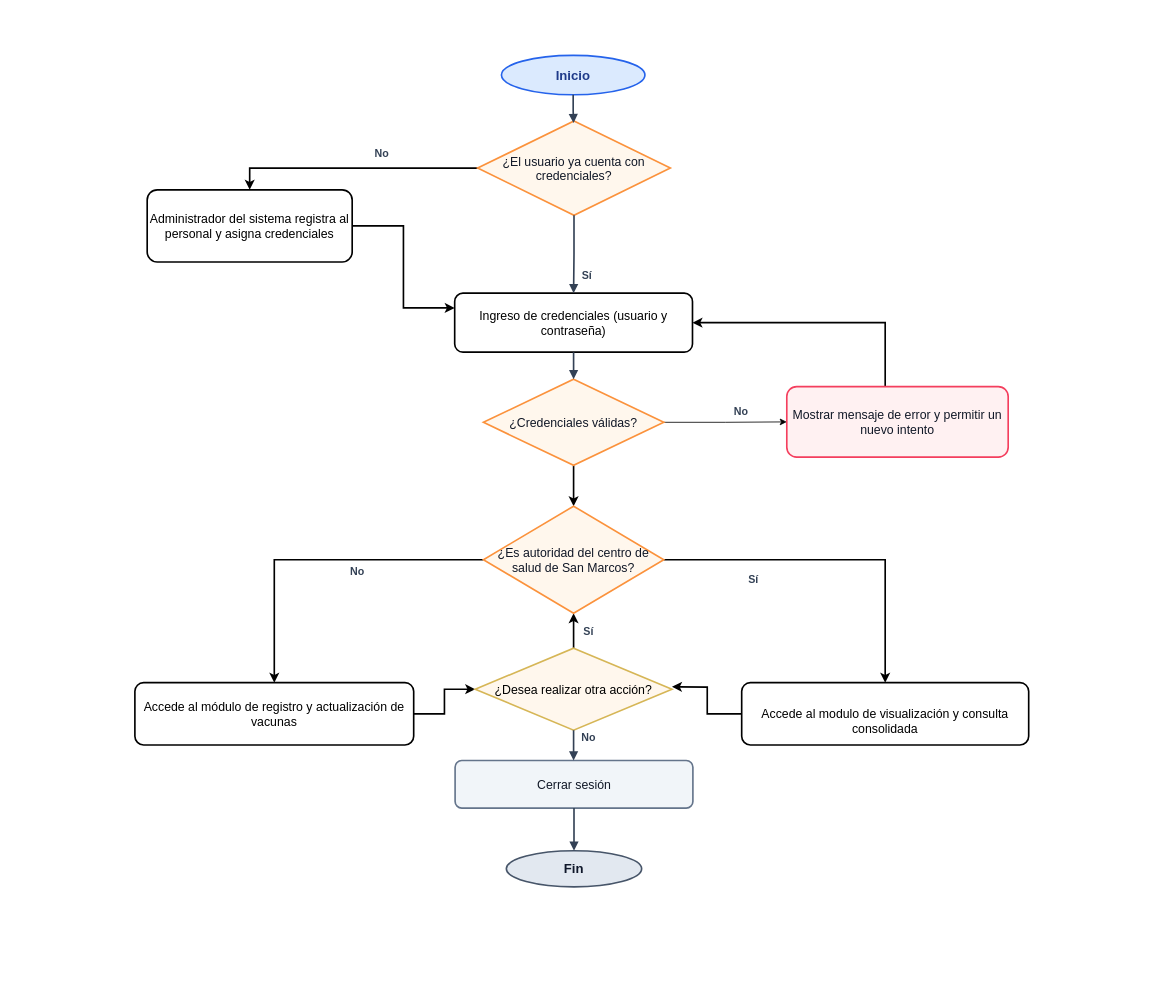
Above: Diagramas/diagrama_flujo_vacunas.drawio in WishoSz/PropuestaProyectoDeCarrera (draw.io), before the change. Source tidied: cells renumbered, new cells numbered last; positions are measured from the earlier drawing's top-left corner, leaving out a move shared by most shapes. Both pictures are drawn from the tidied source at 82%, with x=0, y=0 at pixel (14, 14).
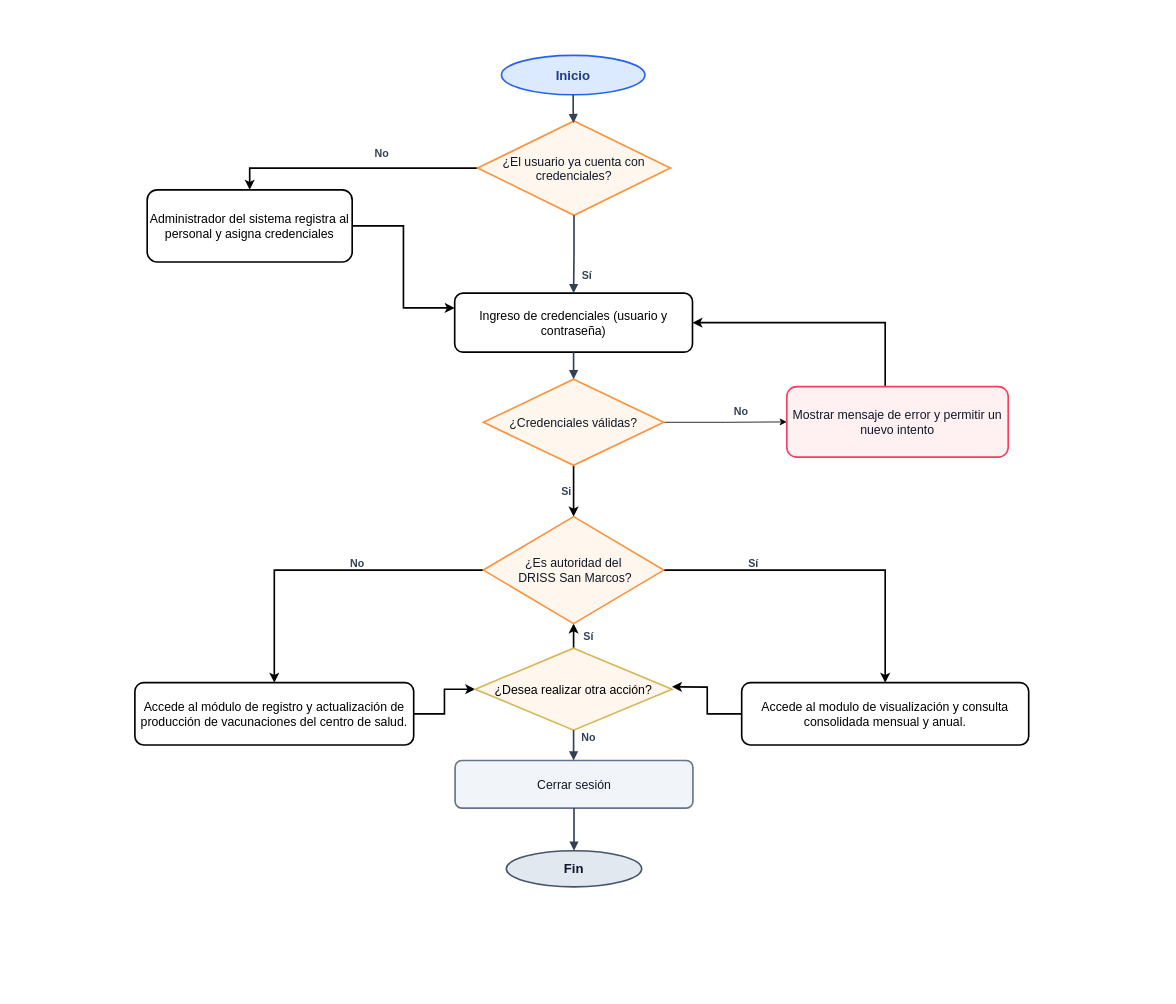
The same diagram, later.

Commit message (it also covers changes not shown here):
Actualice el diagrama de flujo

Actualice tanto el editable .drawio así como la imagen png.

Los cambios son principalmente de enfoque (registro de producción) y de terminología. Nada del flujo.

Unchanged cells that the change refers to:
```xml
<mxCell id="9" value="¿Credenciales válidas?" style="rhombus;whiteSpace=wrap;html=1;strokeWidth=2;strokeColor=#fb923c;fillColor=#fff7ed;fontSize=15;fontColor=#111827;align=center;verticalAlign=middle;" parent="1" vertex="1">
  <mxGeometry x="572" y="445" width="220" height="105" as="geometry" />
</mxCell>
<mxCell id="20" value="¿Desea realizar otra acción?" style="rhombus;whiteSpace=wrap;html=1;strokeWidth=2;strokeColor=#d6b656;fillColor=#FFF7ED;fontSize=15;align=center;verticalAlign=middle;" parent="1" vertex="1">
  <mxGeometry x="562" y="773" width="240" height="100" as="geometry" />
</mxCell>
```

Change to the diagram source:
```diff
@@
-    <mxCell id="8" style="edgeStyle=orthogonalEdgeStyle;rounded=0;jettySize=auto;html=1;strokeWidth=2;" parent="1" edge="1" source="9" target="34">
-      <mxGeometry relative="1" as="geometry" />
-    </mxCell>
+    <mxCell id="37" style="edgeStyle=orthogonalEdgeStyle;rounded=0;jettySize=auto;html=1;strokeWidth=2;" parent="1" edge="1" source="9" target="46">
+      <mxGeometry relative="1" as="geometry" />
+    </mxCell>
+    <mxCell id="38" value="Si" style="edgeLabel;html=1;align=center;verticalAlign=middle;fontSize=13;fontFamily=Helvetica;fontColor=#334155;fontStyle=1;" parent="37" vertex="1">
+      <mxGeometry x="-0.38" y="-2" relative="1" as="geometry">
+        <mxPoint x="-8" y="12" as="offset" />
+      </mxGeometry>
+    </mxCell>
@@
-    <mxCell id="16" style="edgeStyle=orthogonalEdgeStyle;rounded=0;jettySize=auto;html=1;entryX=0;entryY=0.5;entryDx=0;entryDy=0;strokeWidth=2;" parent="1" edge="1" source="17" target="20">
-      <mxGeometry relative="1" as="geometry" />
-    </mxCell>
-    <mxCell id="17" value="Accede al módulo de registro y actualización de vacunas" style="rounded=1;whiteSpace=wrap;html=1;arcSize=14;strokeWidth=2;fontSize=15;align=center;verticalAlign=middle;" parent="1" vertex="1">
-      <mxGeometry x="147" y="815" width="340" height="76" as="geometry" />
-    </mxCell>
-    <mxCell id="18" value="&lt;br&gt;Accede al modulo de visualización y consulta consolidada" style="rounded=1;whiteSpace=wrap;html=1;arcSize=14;strokeWidth=2;fontSize=15;align=center;verticalAlign=middle;" parent="1" vertex="1">
-      <mxGeometry x="887" y="815" width="350" height="76" as="geometry" />
-    </mxCell>
-    <mxCell id="19" style="edgeStyle=orthogonalEdgeStyle;rounded=0;jettySize=auto;html=1;strokeWidth=2;" parent="1" edge="1" source="20" target="34">
-      <mxGeometry relative="1" as="geometry" />
-    </mxCell>
+    <mxCell id="39" style="edgeStyle=orthogonalEdgeStyle;rounded=0;jettySize=auto;html=1;entryX=0;entryY=0.5;entryDx=0;entryDy=0;strokeWidth=2;" parent="1" edge="1" source="40" target="20">
+      <mxGeometry relative="1" as="geometry" />
+    </mxCell>
+    <mxCell id="40" value="Accede al módulo de registro y actualización de producción de vacunaciones del centro de salud." style="rounded=1;whiteSpace=wrap;html=1;arcSize=14;strokeWidth=2;fontSize=15;align=center;verticalAlign=middle;" parent="1" vertex="1">
+      <mxGeometry x="147" y="815" width="340" height="76" as="geometry" />
+    </mxCell>
+    <mxCell id="41" value="Accede al modulo de visualización y consulta consolidada mensual y anual." style="rounded=1;whiteSpace=wrap;html=1;arcSize=14;strokeWidth=2;fontSize=15;align=center;verticalAlign=middle;" parent="1" vertex="1">
+      <mxGeometry x="887" y="815" width="350" height="76" as="geometry" />
+    </mxCell>
+    <mxCell id="42" style="edgeStyle=orthogonalEdgeStyle;rounded=0;jettySize=auto;html=1;strokeWidth=2;" parent="1" edge="1" source="20" target="46">
+      <mxGeometry relative="1" as="geometry" />
+    </mxCell>
@@
-    <mxCell id="27" value="Sí" style="text;html=1;strokeColor=none;fillColor=none;align=center;verticalAlign=middle;fontSize=13;fontStyle=1;fontColor=#334155;" parent="1" vertex="1">
-      <mxGeometry x="887" y="680" width="28" height="18" as="geometry" />
-    </mxCell>
+    <mxCell id="43" value="Sí" style="text;html=1;strokeColor=none;fillColor=none;align=center;verticalAlign=middle;fontSize=13;fontStyle=1;fontColor=#334155;" parent="1" vertex="1">
+      <mxGeometry x="887" y="660" width="28" height="18" as="geometry" />
+    </mxCell>
@@
     <mxCell id="30" value="No" style="text;html=1;strokeColor=none;fillColor=none;align=center;verticalAlign=middle;fontSize=13;fontStyle=1;fontColor=#334155;" parent="1" vertex="1">
-      <mxGeometry x="404" y="670" width="28" height="18" as="geometry" />
+      <mxGeometry x="404" y="660" width="28" height="18" as="geometry" />
     </mxCell>
@@
-    <mxCell id="32" style="edgeStyle=orthogonalEdgeStyle;rounded=0;jettySize=auto;html=1;strokeWidth=2;" parent="1" edge="1" source="34" target="17">
-      <mxGeometry relative="1" as="geometry" />
-    </mxCell>
-    <mxCell id="33" style="edgeStyle=orthogonalEdgeStyle;rounded=0;jettySize=auto;html=1;entryX=0.5;entryY=0;entryDx=0;entryDy=0;strokeWidth=2;" parent="1" edge="1" source="34" target="18">
-      <mxGeometry relative="1" as="geometry" />
-    </mxCell>
-    <mxCell id="34" value="¿Es autoridad del centro de salud de San Marcos?" style="rhombus;whiteSpace=wrap;html=1;strokeWidth=2;strokeColor=#fb923c;fillColor=#fff7ed;fontSize=15;fontColor=#111827;align=center;verticalAlign=middle;" parent="1" vertex="1">
-      <mxGeometry x="572" y="599.8" width="220" height="130.5" as="geometry" />
-    </mxCell>
-    <mxCell id="35" style="edgeStyle=orthogonalEdgeStyle;rounded=0;jettySize=auto;html=1;strokeWidth=2;" parent="1" edge="1" source="18">
-      <mxGeometry relative="1" as="geometry">
-        <mxPoint x="802" y="820" as="targetPoint" />
-      </mxGeometry>
-    </mxCell>
-    <mxCell id="36" value="Sí" style="text;html=1;strokeColor=none;fillColor=none;align=center;verticalAlign=middle;fontSize=13;fontStyle=1;fontColor=#334155;" parent="1" vertex="1">
-      <mxGeometry x="686" y="743" width="28" height="18" as="geometry" />
-    </mxCell>
+    <mxCell id="44" style="edgeStyle=orthogonalEdgeStyle;rounded=0;jettySize=auto;html=1;strokeWidth=2;" parent="1" edge="1" source="46" target="40">
+      <mxGeometry relative="1" as="geometry" />
+    </mxCell>
+    <mxCell id="45" style="edgeStyle=orthogonalEdgeStyle;rounded=0;jettySize=auto;html=1;entryX=0.5;entryY=0;entryDx=0;entryDy=0;strokeWidth=2;" parent="1" edge="1" source="46" target="41">
+      <mxGeometry relative="1" as="geometry" />
+    </mxCell>
+    <mxCell id="46" value="¿Es autoridad del&lt;div&gt;&amp;nbsp;DRISS San Marcos?&lt;/div&gt;" style="rhombus;whiteSpace=wrap;html=1;strokeWidth=2;strokeColor=#fb923c;fillColor=#fff7ed;fontSize=15;fontColor=#111827;align=center;verticalAlign=middle;" parent="1" vertex="1">
+      <mxGeometry x="572" y="612.5" width="220" height="130.5" as="geometry" />
+    </mxCell>
+    <mxCell id="47" style="edgeStyle=orthogonalEdgeStyle;rounded=0;jettySize=auto;html=1;strokeWidth=2;" parent="1" edge="1" source="41">
+      <mxGeometry relative="1" as="geometry">
+        <mxPoint x="802" y="820" as="targetPoint" />
+      </mxGeometry>
+    </mxCell>
+    <mxCell id="48" value="Sí" style="text;html=1;strokeColor=none;fillColor=none;align=center;verticalAlign=middle;fontSize=13;fontStyle=1;fontColor=#334155;" parent="1" vertex="1">
+      <mxGeometry x="686" y="749" width="28" height="18" as="geometry" />
+    </mxCell>
```
